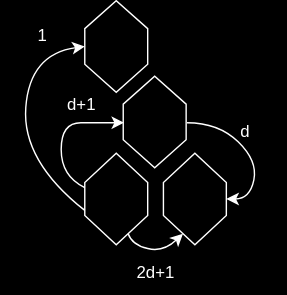
Above: layouts/harmonic_table.svg in carlhenrikrolf/microtonOS (draw.io), before the change. Source tidied: cells renumbered, new cells last; positions are measured from the earlier drawing's top-left corner, leaving out a move shared by most shapes.
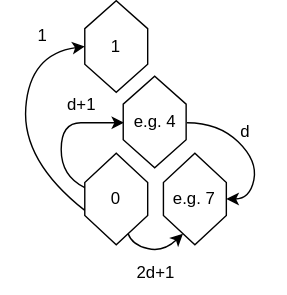
The same file after the commit.

What changed in the source:
```diff
@@ -5,13 +5,13 @@
     <mxCell id="2" style="group;" parent="1" vertex="1">
       <mxGeometry x="15" width="190" height="180" as="geometry" />
     </mxCell>
-    <mxCell id="3" style="shape=hexagon;perimeter=hexagonPerimeter2;whiteSpace=wrap;html=1;fixedSize=1;direction=south;size=20.909090909090963;" parent="2" vertex="1">
+    <mxCell id="3" value="0" style="shape=hexagon;perimeter=hexagonPerimeter2;whiteSpace=wrap;html=1;fixedSize=1;direction=south;size=20.909090909090963;" parent="2" vertex="1">
       <mxGeometry x="45" y="109.1" width="45" height="65.5" as="geometry" />
     </mxCell>
-    <mxCell id="4" style="shape=hexagon;perimeter=hexagonPerimeter2;whiteSpace=wrap;html=1;fixedSize=1;direction=south;size=20.90909090909099;" parent="2" vertex="1">
+    <mxCell id="4" value="e.g. 7" style="shape=hexagon;perimeter=hexagonPerimeter2;whiteSpace=wrap;html=1;fixedSize=1;direction=south;size=20.90909090909099;" parent="2" vertex="1">
       <mxGeometry x="101.2" y="109.1" width="45" height="65.5" as="geometry" />
     </mxCell>
-    <mxCell id="5" style="shape=hexagon;perimeter=hexagonPerimeter2;whiteSpace=wrap;html=1;fixedSize=1;direction=south;size=20;" parent="2" vertex="1">
+    <mxCell id="5" value="1" style="shape=hexagon;perimeter=hexagonPerimeter2;whiteSpace=wrap;html=1;fixedSize=1;direction=south;size=20;" parent="2" vertex="1">
       <mxGeometry x="45" width="45" height="65.5" as="geometry" />
     </mxCell>
     <mxCell id="6" style="curved=1;endArrow=classic;html=1;rounded=0;exitX=1;exitY=0.25;exitDx=0;exitDy=0;entryX=1;entryY=0.75;entryDx=0;entryDy=0;" parent="2" edge="1" source="3" target="4">
@@ -50,7 +50,7 @@
         </Array>
       </mxGeometry>
     </mxCell>
-    <mxCell id="10" style="shape=hexagon;perimeter=hexagonPerimeter2;whiteSpace=wrap;html=1;fixedSize=1;direction=south;size=20;" parent="2" vertex="1">
+    <mxCell id="10" value="e.g. 4" style="shape=hexagon;perimeter=hexagonPerimeter2;whiteSpace=wrap;html=1;fixedSize=1;direction=south;size=20;" parent="2" vertex="1">
       <mxGeometry x="72.5" y="54" width="45" height="65.5" as="geometry" />
     </mxCell>
     <mxCell id="11" value="d+1" style="text;html=1;align=center;verticalAlign=middle;whiteSpace=wrap;rounded=0;" parent="2" vertex="1">
```
